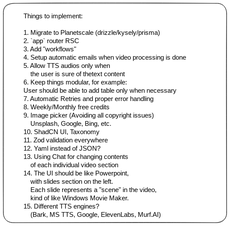
This is plan.excalidraw.svg from thecmdrunner/swiftube-frontend, a Excalidraw export, as it was before one commit. Source tidied: one line per element, renumbered; positions are measured from the earlier drawing's top-left corner, leaving out a move shared by most shapes.
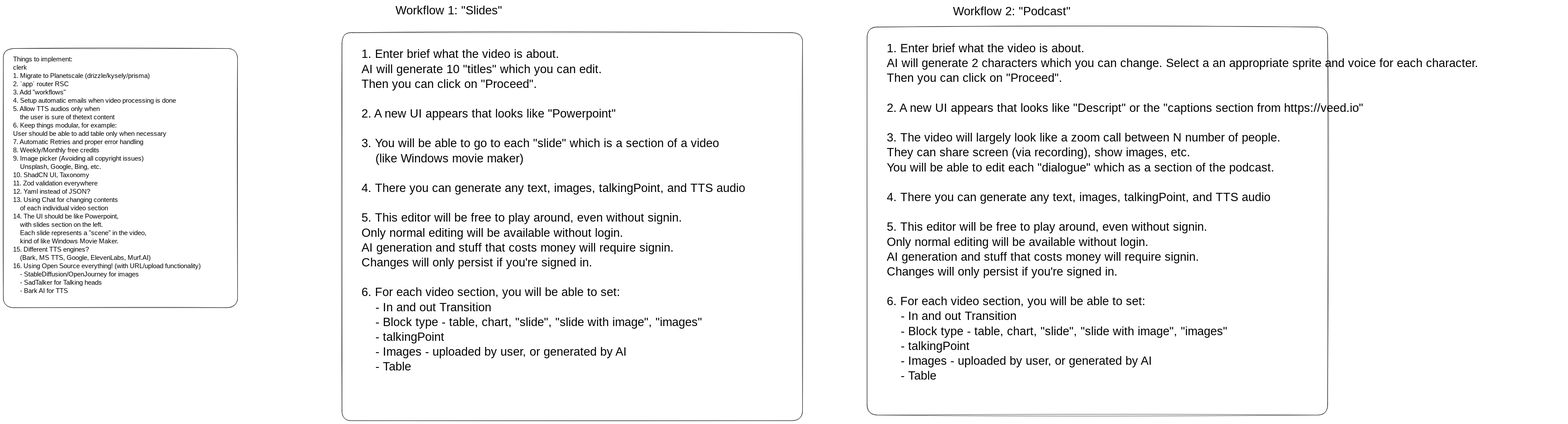
The same file after the commit.

Diff of the diagram source:
```diff
@@ -1,2 +1,8 @@
-{"id": 0, "type": "rectangle", "strokeColor": "#000000", "strokeWidth": 1, "roughness": 1, "round": true, "x": 0, "y": 0, "width": 676, "height": 663}
+{"id": 0, "type": "rectangle", "strokeColor": "#000000", "strokeWidth": 1, "roughness": 1, "round": true, "x": 0, "y": -1, "width": 708, "height": 783}
-{"id": 1, "type": "text", "text": "Things to implement:\n\n1. Migrate to Planetscale (drizzle/kysely/prisma)\n2. `app` router RSC\n3. Add \"workflows\"\n4. Setup automatic emails when video processing is done\n5. Allow TTS audios only when\n    the user is sure of thetext content\n6. Keep things modular, for example:\nUser should be able to add table only when necessary\n7. Automatic Retries and proper error handling\n8. Weekly/Monthly free credits\n9. Image picker (Avoiding all copyright issues)\n    Unsplash, Google, Bing, etc.\n10. ShadCN UI, Taxonomy\n11. Zod validation everywhere\n12. Yaml instead of JSON?\n13. Using Chat for changing contents\n    of each individual video section\n14. The UI should be like Powerpoint,\n    with slides section on the left.\n    Each slide represents a \"scene\" in the video,\n    kind of like Windows Movie Maker.\n15. Different TTS engines?\n    (Bark, MS TTS, Google, ElevenLabs, Murf.AI)", "strokeColor": "#000000", "backgroundColor": "#868e96", "fillStyle": "solid", "strokeWidth": 1, "roughness": 1, "fontSize": 20, "fontFamily": 1, "x": 60, "y": 27, "width": 549, "height": 625}
+{"id": 1, "type": "text", "text": "Things to implement:\nclerk\n1. Migrate to Planetscale (drizzle/kysely/prisma)\n2. `app` router RSC\n3. Add \"workflows\"\n4. Setup automatic emails when video processing is done\n5. Allow TTS audios only when\n    the user is sure of thetext content\n6. Keep things modular, for example:\nUser should be able to add table only when necessary\n7. Automatic Retries and proper error handling\n8. Weekly/Monthly free credits\n9. Image picker (Avoiding all copyright issues)\n    Unsplash, Google, Bing, etc.\n10. ShadCN UI, Taxonomy\n11. Zod validation everywhere\n12. Yaml instead of JSON?\n13. Using Chat for changing contents\n    of each individual video section\n14. The UI should be like Powerpoint,\n    with slides section on the left.\n    Each slide represents a \"scene\" in the video,\n    kind of like Windows Movie Maker.\n15. Different TTS engines?\n    (Bark, MS TTS, Google, ElevenLabs, Murf.AI)\n16. Using Open Source everything! (with URL/upload functionality)\n    - StableDiffusion/OpenJourney for images\n    - SadTalker for Talking heads\n    - Bark AI for TTS", "strokeColor": "#000000", "backgroundColor": "#868e96", "fillStyle": "solid", "strokeWidth": 1, "roughness": 1, "fontSize": 20, "fontFamily": 1, "x": 30, "y": 20, "width": 630, "height": 725}
+{"id": 2, "type": "rectangle", "strokeColor": "#000000", "strokeWidth": 1, "roughness": 1, "round": true, "x": 1023, "y": -49, "width": 1392, "height": 1173}
+{"id": 3, "type": "rectangle", "strokeColor": "#000000", "strokeWidth": 1, "roughness": 1, "round": true, "x": 2610, "y": -66, "width": 1392, "height": 1173}
+{"id": 4, "type": "text", "text": "1. Enter brief what the video is about.\nAI will generate 10 \"titles\" which you can edit.\nThen you can click on \"Proceed\".\n\n2. A new UI appears that looks like \"Powerpoint\"\n\n3. You will be able to go to each \"slide\" which is a section of a video\n    (like Windows movie maker)\n\n4. There you can generate any text, images, talkingPoint, and TTS audio\n\n5. This editor will be free to play around, even without signin.\nOnly normal editing will be available without login.\nAI generation and stuff that costs money will require signin.\nChanges will only persist if you're signed in.\n\n6. For each video section, you will be able to set:\n    - In and out Transition\n    - Block type - table, chart, \"slide\", \"slide with image\", \"images\"\n    - talkingPoint\n    - Images - uploaded by user, or generated by AI\n    - Table\n\n", "strokeColor": "#000000", "strokeWidth": 1, "roughness": 1, "fontSize": 36, "fontFamily": 1, "x": 1082, "y": -5, "width": 1317, "height": 1080}
+{"id": 5, "type": "text", "text": "1. Enter brief what the video is about.\nAI will generate 2 characters which you can change. Select a an appropriate sprite and voice for each character.\nThen you can click on \"Proceed\".\n\n2. A new UI appears that looks like \"Descript\" or the \"captions section from https://veed.io\"\n\n3. The video will largely look like a zoom call between N number of people.\nThey can share screen (via recording), show images, etc.\nYou will be able to edit each \"dialogue\" which as a section of the podcast.\n\n4. There you can generate any text, images, talkingPoint, and TTS audio\n\n5. This editor will be free to play around, even without signin.\nOnly normal editing will be available without login.\nAI generation and stuff that costs money will require signin.\nChanges will only persist if you're signed in.\n\n6. For each video section, you will be able to set:\n    - In and out Transition\n    - Block type - table, chart, \"slide\", \"slide with image\", \"images\"\n    - talkingPoint\n    - Images - uploaded by user, or generated by AI\n    - Table\n\n", "strokeColor": "#000000", "strokeWidth": 1, "roughness": 1, "fontSize": 36, "fontFamily": 1, "x": 2669, "y": -22, "width": 2049, "height": 1125}
+{"id": 6, "type": "text", "text": "Workflow 1: \"Slides\"", "strokeColor": "#000000", "strokeWidth": 1, "roughness": 1, "fontSize": 36, "fontFamily": 1, "x": 1185, "y": -137, "width": 327, "height": 45}
+{"id": 7, "type": "text", "text": "Workflow 2: \"Podcast\"", "strokeColor": "#000000", "strokeWidth": 1, "roughness": 1, "fontSize": 36, "fontFamily": 1, "x": 2869, "y": -134, "width": 390, "height": 45}
```
